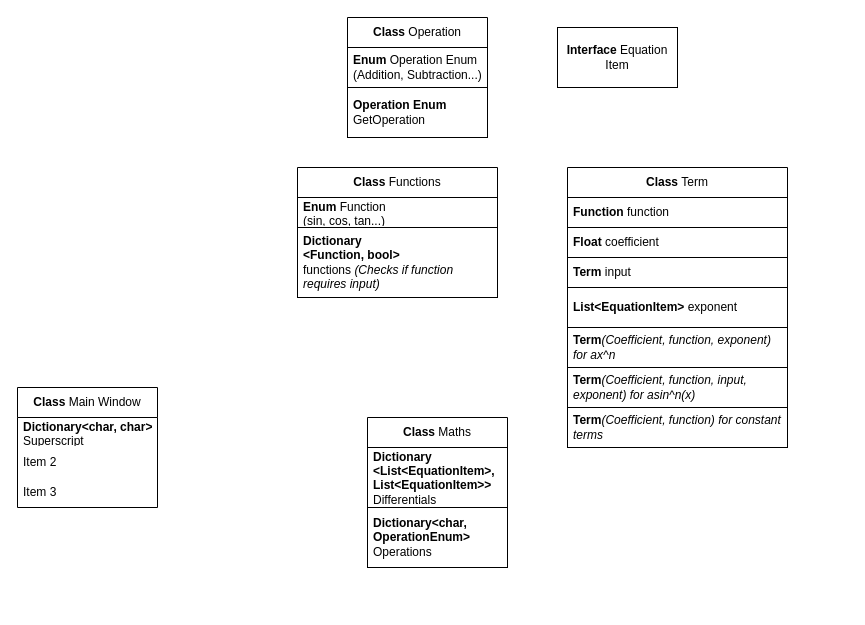
Before: Class diagram.drawio in RandomPDF/Maths-solver, a draw.io diagram. Source tidied: cells renumbered, new cells numbered last; positions are measured from the earlier drawing's top-left corner, leaving out a move shared by most shapes. Both pictures are drawn from the tidied source at 100%, with x=0, y=0 at pixel (17, 17).
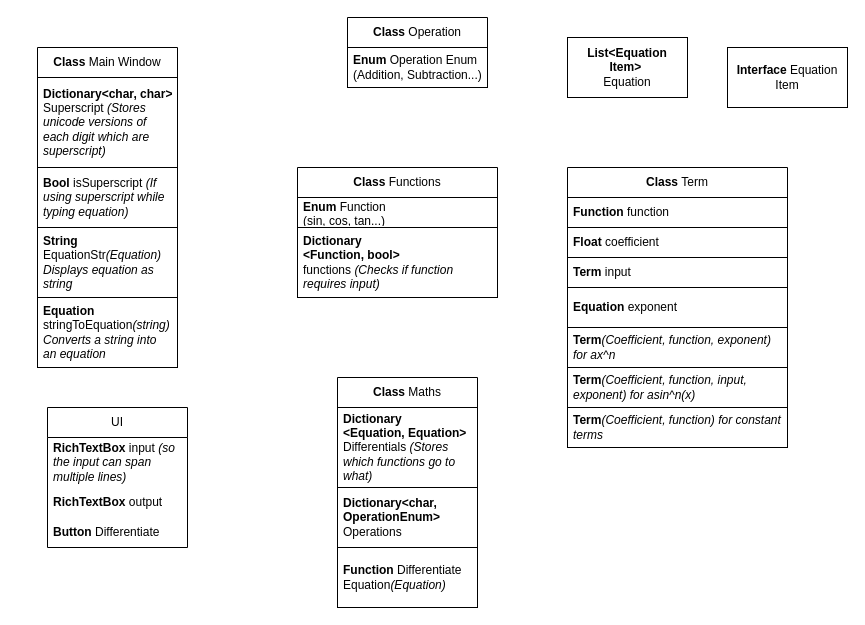
After the change.

Commit message:
Added all major classes and functions to diagram

Unchanged cells that the change refers to:
```xml
<mxCell id="9" value="&lt;b&gt;Class &lt;/b&gt;Term" style="swimlane;fontStyle=0;horizontal=1;startSize=30;whiteSpace=wrap;html=1;strokeColor=default;fillColor=default;" parent="1" vertex="1">
  <mxGeometry x="550" y="150" width="220" height="280" as="geometry" />
</mxCell>
```

What changed in the source:
```diff
@@
     <mxCell id="2" value="&lt;b&gt;Interface &lt;/b&gt;Equation Item" style="rounded=0;whiteSpace=wrap;html=1;" parent="1" vertex="1">
-      <mxGeometry x="540" y="10" width="120" height="60" as="geometry" />
+      <mxGeometry x="710" y="30" width="120" height="60" as="geometry" />
     </mxCell>
     <mxCell id="3" value="&lt;b&gt;Class &lt;/b&gt;Operation" style="swimlane;fontStyle=0;horizontal=1;startSize=30;whiteSpace=wrap;html=1;" parent="1" vertex="1">
-      <mxGeometry x="330" width="140" height="120" as="geometry" />
+      <mxGeometry x="330" width="140" height="70" as="geometry" />
     </mxCell>
@@
-    <mxCell id="5" value="&lt;b&gt;Operation Enum&amp;nbsp;&lt;br&gt;&lt;/b&gt;GetOperation&amp;nbsp;" style="text;strokeColor=default;fillColor=none;align=left;verticalAlign=middle;spacingLeft=4;spacingRight=4;overflow=hidden;whiteSpace=wrap;html=1;" parent="3" vertex="1">
-      <mxGeometry y="70" width="140" height="50" as="geometry" />
-    </mxCell>
@@
-    <mxCell id="13" value="&lt;b&gt;List&amp;lt;EquationItem&amp;gt; &lt;/b&gt;exponent" style="text;strokeColor=default;fillColor=none;align=left;verticalAlign=middle;spacingLeft=4;spacingRight=4;overflow=hidden;whiteSpace=wrap;html=1;" parent="9" vertex="1">
+    <mxCell id="13" value="&lt;b&gt;Equation&amp;nbsp;&lt;/b&gt;exponent" style="text;strokeColor=default;fillColor=none;align=left;verticalAlign=middle;spacingLeft=4;spacingRight=4;overflow=hidden;whiteSpace=wrap;html=1;" parent="9" vertex="1">
       <mxGeometry y="120" width="220" height="40" as="geometry" />
     </mxCell>
@@
     <mxCell id="17" value="&lt;b&gt;Class &lt;/b&gt;Maths" style="swimlane;fontStyle=0;horizontal=1;startSize=30;whiteSpace=wrap;html=1;strokeColor=default;fillColor=default;" parent="1" vertex="1">
-      <mxGeometry x="350" y="400" width="140" height="150" as="geometry" />
+      <mxGeometry x="320" y="360" width="140" height="230" as="geometry" />
     </mxCell>
-    <mxCell id="18" value="&lt;b&gt;Dictionary&lt;br&gt;&amp;lt;List&amp;lt;EquationItem&amp;gt;, List&amp;lt;EquationItem&amp;gt;&amp;gt; &lt;/b&gt;Differentials" style="text;strokeColor=default;fillColor=none;align=left;verticalAlign=middle;spacingLeft=4;spacingRight=4;overflow=hidden;whiteSpace=wrap;html=1;" parent="17" vertex="1">
-      <mxGeometry y="30" width="140" height="60" as="geometry" />
+    <mxCell id="18" value="&lt;b&gt;Dictionary&lt;/b&gt;&lt;br&gt;&lt;b&gt;&amp;lt;Equation, Equation&amp;gt;&amp;nbsp;&lt;br&gt;&lt;/b&gt;Differentials &lt;i&gt;(Stores which functions go to what)&lt;/i&gt;" style="text;strokeColor=default;fillColor=none;align=left;verticalAlign=middle;spacingLeft=4;spacingRight=4;overflow=hidden;whiteSpace=wrap;html=1;" parent="17" vertex="1">
+      <mxGeometry y="30" width="140" height="80" as="geometry" />
     </mxCell>
     <mxCell id="19" value="&lt;b&gt;Dictionary&amp;lt;char, OperationEnum&amp;gt;&lt;/b&gt; Operations" style="text;strokeColor=default;fillColor=none;align=left;verticalAlign=middle;spacingLeft=4;spacingRight=4;overflow=hidden;whiteSpace=wrap;html=1;" parent="17" vertex="1">
-      <mxGeometry y="90" width="140" height="60" as="geometry" />
+      <mxGeometry y="110" width="140" height="60" as="geometry" />
     </mxCell>
+    <mxCell id="24" value="&lt;b&gt;Function &lt;/b&gt;Differentiate Equation&lt;i&gt;(Equation)&lt;/i&gt;" style="text;strokeColor=default;fillColor=none;align=left;verticalAlign=middle;spacingLeft=4;spacingRight=4;overflow=hidden;whiteSpace=wrap;html=1;" parent="17" vertex="1">
+      <mxGeometry y="170" width="140" height="60" as="geometry" />
+    </mxCell>
     <mxCell id="20" value="&lt;b&gt;Class &lt;/b&gt;Main Window" style="swimlane;fontStyle=0;horizontal=1;startSize=30;whiteSpace=wrap;html=1;strokeColor=default;fillColor=default;" parent="1" vertex="1">
-      <mxGeometry y="370" width="140" height="120" as="geometry" />
+      <mxGeometry x="20" y="30" width="140" height="320" as="geometry" />
     </mxCell>
-    <mxCell id="21" value="&lt;b&gt;Dictionary&amp;lt;char, char&amp;gt; &lt;/b&gt;Superscript" style="text;strokeColor=none;fillColor=none;align=left;verticalAlign=middle;spacingLeft=4;spacingRight=4;overflow=hidden;whiteSpace=wrap;html=1;" parent="20" vertex="1">
-      <mxGeometry y="30" width="140" height="30" as="geometry" />
+    <mxCell id="21" value="&lt;b&gt;Dictionary&amp;lt;char, char&amp;gt; &lt;/b&gt;Superscript &lt;i&gt;(Stores unicode versions of each digit which are superscript)&lt;/i&gt;" style="text;strokeColor=default;fillColor=none;align=left;verticalAlign=middle;spacingLeft=4;spacingRight=4;overflow=hidden;whiteSpace=wrap;html=1;" parent="20" vertex="1">
+      <mxGeometry y="30" width="140" height="90" as="geometry" />
     </mxCell>
-    <mxCell id="22" value="Item 2" style="text;strokeColor=none;fillColor=none;align=left;verticalAlign=middle;spacingLeft=4;spacingRight=4;overflow=hidden;whiteSpace=wrap;html=1;" parent="20" vertex="1">
-      <mxGeometry y="60" width="140" height="30" as="geometry" />
+    <mxCell id="22" value="&lt;b&gt;Bool &lt;/b&gt;isSuperscript &lt;i&gt;(If using superscript while typing equation)&lt;/i&gt;" style="text;strokeColor=default;fillColor=none;align=left;verticalAlign=middle;spacingLeft=4;spacingRight=4;overflow=hidden;whiteSpace=wrap;html=1;" parent="20" vertex="1">
+      <mxGeometry y="120" width="140" height="60" as="geometry" />
     </mxCell>
-    <mxCell id="23" value="Item 3" style="text;strokeColor=none;fillColor=none;align=left;verticalAlign=middle;spacingLeft=4;spacingRight=4;overflow=hidden;whiteSpace=wrap;html=1;" parent="20" vertex="1">
-      <mxGeometry y="90" width="140" height="30" as="geometry" />
+    <mxCell id="23" value="&lt;b&gt;String &lt;/b&gt;EquationStr&lt;i&gt;(Equation)&lt;/i&gt;&lt;br&gt;&lt;i&gt;Displays equation as string&lt;/i&gt;" style="text;strokeColor=default;fillColor=none;align=left;verticalAlign=middle;spacingLeft=4;spacingRight=4;overflow=hidden;whiteSpace=wrap;html=1;" parent="20" vertex="1">
+      <mxGeometry y="180" width="140" height="70" as="geometry" />
     </mxCell>
+    <mxCell id="25" value="&lt;b&gt;Equation &lt;/b&gt;stringToEquation&lt;i&gt;(string)&lt;br&gt;Converts a string into an equation&lt;/i&gt;" style="text;strokeColor=default;fillColor=none;align=left;verticalAlign=middle;spacingLeft=4;spacingRight=4;overflow=hidden;whiteSpace=wrap;html=1;" parent="20" vertex="1">
+      <mxGeometry y="250" width="140" height="70" as="geometry" />
+    </mxCell>
+    <mxCell id="26" value="&lt;b&gt;List&amp;lt;Equation Item&amp;gt;&amp;nbsp;&lt;br&gt;&lt;/b&gt;Equation" style="rounded=0;whiteSpace=wrap;html=1;" parent="1" vertex="1">
+      <mxGeometry x="550" y="20" width="120" height="60" as="geometry" />
+    </mxCell>
+    <mxCell id="27" value="UI" style="swimlane;fontStyle=0;horizontal=1;startSize=30;whiteSpace=wrap;html=1;strokeColor=default;" parent="1" vertex="1">
+      <mxGeometry x="30" y="390" width="140" height="140" as="geometry" />
+    </mxCell>
+    <mxCell id="28" value="&lt;b&gt;RichTextBox &lt;/b&gt;input &lt;i&gt;(so the input can span multiple lines)&lt;/i&gt;" style="text;strokeColor=none;fillColor=none;align=left;verticalAlign=middle;spacingLeft=4;spacingRight=4;overflow=hidden;whiteSpace=wrap;html=1;" parent="27" vertex="1">
+      <mxGeometry y="30" width="140" height="50" as="geometry" />
+    </mxCell>
+    <mxCell id="29" value="&lt;b&gt;RichTextBox &lt;/b&gt;output" style="text;strokeColor=none;fillColor=none;align=left;verticalAlign=middle;spacingLeft=4;spacingRight=4;overflow=hidden;whiteSpace=wrap;html=1;" parent="27" vertex="1">
+      <mxGeometry y="80" width="140" height="30" as="geometry" />
+    </mxCell>
+    <mxCell id="30" value="&lt;b&gt;Button &lt;/b&gt;Differentiate" style="text;strokeColor=none;fillColor=none;align=left;verticalAlign=middle;spacingLeft=4;spacingRight=4;overflow=hidden;whiteSpace=wrap;html=1;" parent="27" vertex="1">
+      <mxGeometry y="110" width="140" height="30" as="geometry" />
+    </mxCell>
```
